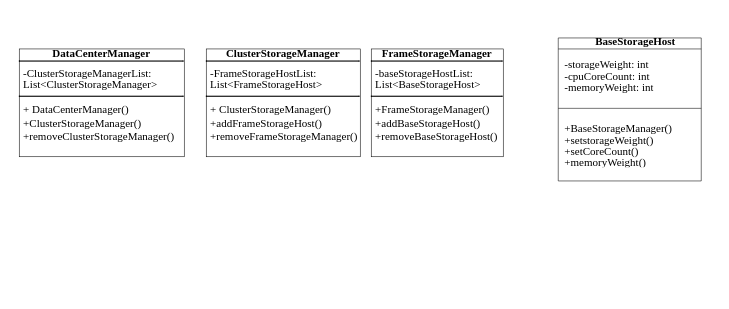
This is 类图/未命名绘图.drawio from Sirzyrun/draw.io, a draw.io file, before an edit. Source tidied: cells renumbered, new cells numbered last; positions are measured from the earlier drawing's top-left corner, leaving out a move shared by most shapes. Both pictures are drawn from the tidied source at 110%, with x=0, y=0 at pixel (19, 24).
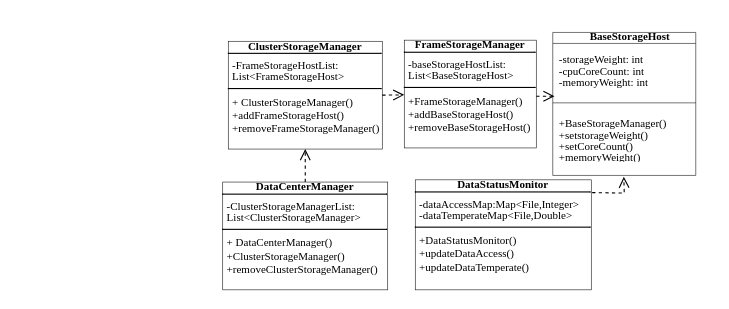
After the change.

The edit, as a diff of the source:
```diff
@@
 <mxGraphModel>
   <root>
     <mxCell id="0" />
     <mxCell id="1" parent="0" />
     <mxCell id="2" value="&lt;p style=&quot;margin: 4px 0px 0px; text-align: center; line-height: 10%;&quot;&gt;&lt;b style=&quot;font-family: &amp;quot;Times New Roman&amp;quot;; font-size: 10px; text-wrap: nowrap;&quot;&gt;FrameStorageManager&lt;/b&gt;&lt;br&gt;&lt;/p&gt;&lt;hr size=&quot;1&quot; style=&quot;border-style:solid;&quot;&gt;&lt;p style=&quot;margin: 0px 0px 0px 4px; line-height: 80%;&quot;&gt;&lt;font style=&quot;font-size: 10px;&quot; face=&quot;Times New Roman&quot;&gt;-baseStorageHostList:&lt;br&gt;&lt;/font&gt;&lt;/p&gt;&lt;p style=&quot;margin: 0px 0px 0px 4px; line-height: 80%;&quot;&gt;&lt;font style=&quot;font-size: 10px;&quot; face=&quot;Times New Roman&quot;&gt;List&amp;lt;&lt;/font&gt;&lt;span style=&quot;background-color: initial; text-wrap: nowrap; font-family: &amp;quot;Times New Roman&amp;quot;; font-size: 10px; text-align: center;&quot;&gt;BaseStorageHost&lt;/span&gt;&lt;span style=&quot;font-size: 10px; font-family: &amp;quot;Times New Roman&amp;quot;; background-color: initial;&quot;&gt;&amp;gt;&lt;/span&gt;&lt;/p&gt;&lt;hr size=&quot;1&quot; style=&quot;border-style:solid;&quot;&gt;&lt;p style=&quot;margin: 0px 0px 0px 4px; line-height: 90%;&quot;&gt;&lt;font style=&quot;font-size: 10px;&quot; face=&quot;Times New Roman&quot;&gt;+FrameStorageManager()&lt;br&gt;+add&lt;/font&gt;&lt;span style=&quot;background-color: initial; text-wrap: nowrap; font-family: &amp;quot;Times New Roman&amp;quot;; font-size: 10px; text-align: center;&quot;&gt;BaseStorageHost()&lt;/span&gt;&lt;/p&gt;&lt;p style=&quot;margin: 0px 0px 0px 4px; line-height: 90%;&quot;&gt;&lt;span style=&quot;background-color: initial; text-wrap: nowrap; font-family: &amp;quot;Times New Roman&amp;quot;; font-size: 10px; text-align: center;&quot;&gt;+removeBase&lt;/span&gt;&lt;span style=&quot;font-family: &amp;quot;Times New Roman&amp;quot;; font-size: 10px; text-align: center; text-wrap: nowrap; background-color: initial;&quot;&gt;StorageHost()&lt;/span&gt;&lt;/p&gt;&lt;p style=&quot;margin:0px;margin-left:4px;&quot;&gt;&lt;span style=&quot;background-color: initial; text-wrap: nowrap; font-family: &amp;quot;Times New Roman&amp;quot;; font-size: 10px; text-align: center;&quot;&gt;&lt;br&gt;&lt;/span&gt;&lt;/p&gt;&lt;p style=&quot;margin:0px;margin-left:4px;&quot;&gt;&lt;font style=&quot;font-size: 10px;&quot; face=&quot;Times New Roman&quot;&gt;&lt;br&gt;&lt;/font&gt;&lt;/p&gt;" style="verticalAlign=top;align=left;overflow=fill;html=1;whiteSpace=wrap;strokeWidth=0.5;" parent="1" vertex="1">
-      <mxGeometry x="320" y="22" width="120" height="98" as="geometry" />
+      <mxGeometry x="350" y="14" width="120" height="98" as="geometry" />
     </mxCell>
     <mxCell id="3" style="group;" parent="1" vertex="1">
-      <mxGeometry x="490" width="130" height="142" as="geometry" />
+      <mxGeometry x="485" y="-5" width="130" height="142" as="geometry" />
     </mxCell>
     <mxCell id="4" style="swimlane;fontStyle=1;align=center;verticalAlign=top;horizontal=1;startSize=10;whiteSpace=wrap;html=1;strokeWidth=0.5;" parent="3" vertex="1">
       <mxGeometry y="12" width="130" height="130" as="geometry" />
     </mxCell>
     <mxCell id="5" value="&lt;font face=&quot;Times New Roman&quot; style=&quot;font-size: 10px;&quot;&gt;-storageWeight: int&lt;/font&gt;&lt;div style=&quot;line-height: 80%;&quot;&gt;&lt;font style=&quot;font-size: 10px;&quot; face=&quot;Times New Roman&quot;&gt;-cpuCoreCount: int&lt;/font&gt;&lt;/div&gt;&lt;div style=&quot;line-height: 80%;&quot;&gt;&lt;font style=&quot;font-size: 10px;&quot; face=&quot;Times New Roman&quot;&gt;-memoryWeight: int&lt;/font&gt;&lt;/div&gt;&lt;div style=&quot;line-height: 80%;&quot;&gt;&lt;font style=&quot;font-size: 10px;&quot; face=&quot;Times New Roman&quot;&gt;&lt;br&gt;&lt;/font&gt;&lt;/div&gt;&lt;div style=&quot;line-height: 80%;&quot;&gt;&lt;font style=&quot;font-size: 10px;&quot; face=&quot;Times New Roman&quot;&gt;&lt;br&gt;&lt;/font&gt;&lt;/div&gt;&lt;div style=&quot;line-height: 80%;&quot;&gt;&lt;font style=&quot;font-size: 10px;&quot; face=&quot;Times New Roman&quot;&gt;&lt;br&gt;&lt;/font&gt;&lt;/div&gt;" style="text;strokeColor=none;fillColor=none;align=left;verticalAlign=top;spacingLeft=4;spacingRight=4;overflow=hidden;points=[[0,0.5],[1,0.5]];portConstraint=eastwest;whiteSpace=wrap;html=1;strokeWidth=0.5;" parent="4" vertex="1">
       <mxGeometry y="10" width="130" height="50" as="geometry" />
     </mxCell>
     <mxCell id="6" style="line;strokeWidth=0.5;fillColor=none;align=left;verticalAlign=middle;spacingTop=-1;spacingLeft=3;spacingRight=3;labelPosition=right;strokeColor=inherit;" parent="4" vertex="1">
       <mxGeometry y="60" width="130" height="8" as="geometry" />
     </mxCell>
     <mxCell id="7" value="&lt;font style=&quot;font-size: 10px;&quot; face=&quot;Times New Roman&quot;&gt;+BaseStorageManager()&lt;/font&gt;&lt;div style=&quot;line-height: 80%;&quot;&gt;&lt;font style=&quot;font-size: 10px;&quot; face=&quot;Times New Roman&quot;&gt;+set&lt;/font&gt;&lt;span style=&quot;font-family: &amp;quot;Times New Roman&amp;quot;; font-size: 10px; background-color: initial;&quot;&gt;storageWeight()&lt;/span&gt;&lt;/div&gt;&lt;div style=&quot;line-height: 80%;&quot;&gt;&lt;span style=&quot;font-family: &amp;quot;Times New Roman&amp;quot;; font-size: 10px; background-color: initial;&quot;&gt;+set&lt;/span&gt;&lt;span style=&quot;font-family: &amp;quot;Times New Roman&amp;quot;; font-size: 10px; background-color: initial;&quot;&gt;CoreCount()&lt;/span&gt;&lt;/div&gt;&lt;div style=&quot;line-height: 80%;&quot;&gt;&lt;span style=&quot;font-family: &amp;quot;Times New Roman&amp;quot;; font-size: 10px; background-color: initial;&quot;&gt;+&lt;/span&gt;&lt;span style=&quot;font-family: &amp;quot;Times New Roman&amp;quot;; font-size: 10px; background-color: initial;&quot;&gt;memoryWeight()&lt;/span&gt;&lt;/div&gt;" style="text;strokeColor=none;fillColor=none;align=left;verticalAlign=top;spacingLeft=4;spacingRight=4;overflow=hidden;points=[[0,0.5],[1,0.5]];portConstraint=eastwest;whiteSpace=wrap;html=1;strokeWidth=0.5;" parent="4" vertex="1">
       <mxGeometry y="68" width="130" height="62" as="geometry" />
     </mxCell>
     <mxCell id="8" style="edgeStyle=orthogonalEdgeStyle;rounded=0;orthogonalLoop=1;jettySize=auto;html=1;exitX=1;exitY=0.5;exitDx=0;exitDy=0;" parent="4" edge="1" source="5" target="5">
       <mxGeometry relative="1" as="geometry" />
     </mxCell>
     <mxCell id="9" value="&lt;font face=&quot;Times New Roman&quot; style=&quot;font-size: 10px;&quot;&gt;&lt;b&gt;BaseStorageHost&lt;/b&gt;&lt;/font&gt;" style="text;html=1;align=center;verticalAlign=middle;strokeColor=none;fillColor=none;" parent="3" vertex="1">
       <mxGeometry x="20" width="100" height="30" as="geometry" />
     </mxCell>
     <mxCell id="10" value="&lt;p style=&quot;margin: 4px 0px 0px; text-align: center; line-height: 10%;&quot;&gt;&lt;b style=&quot;font-family: &amp;quot;Times New Roman&amp;quot;; font-size: 10px; text-wrap: nowrap;&quot;&gt;ClusterStorageManager&lt;/b&gt;&lt;br&gt;&lt;/p&gt;&lt;hr size=&quot;1&quot; style=&quot;border-style:solid;&quot;&gt;&lt;p style=&quot;margin: 0px 0px 0px 4px; line-height: 80%;&quot;&gt;&lt;font style=&quot;font-size: 10px;&quot; face=&quot;Times New Roman&quot;&gt;-FrameStorageHostList:&lt;br&gt;&lt;/font&gt;&lt;/p&gt;&lt;p style=&quot;margin: 0px 0px 0px 4px; line-height: 80%;&quot;&gt;&lt;font style=&quot;font-size: 10px;&quot; face=&quot;Times New Roman&quot;&gt;List&amp;lt;&lt;/font&gt;&lt;span style=&quot;font-family: &amp;quot;Times New Roman&amp;quot;; font-size: 10px;&quot;&gt;Frame&lt;/span&gt;&lt;span style=&quot;background-color: initial; text-wrap: nowrap; font-family: &amp;quot;Times New Roman&amp;quot;; font-size: 10px; text-align: center;&quot;&gt;StorageHost&lt;/span&gt;&lt;span style=&quot;font-size: 10px; font-family: &amp;quot;Times New Roman&amp;quot;; background-color: initial;&quot;&gt;&amp;gt;&lt;/span&gt;&lt;/p&gt;&lt;hr size=&quot;1&quot; style=&quot;border-style:solid;&quot;&gt;&lt;p style=&quot;margin: 0px 0px 0px 4px; line-height: 90%;&quot;&gt;&lt;font style=&quot;font-size: 10px;&quot; face=&quot;Times New Roman&quot;&gt;+&lt;/font&gt;&lt;b style=&quot;text-align: center; text-wrap: nowrap; font-family: &amp;quot;Times New Roman&amp;quot;; font-size: 10px;&quot;&gt;&amp;nbsp;&lt;/b&gt;&lt;span style=&quot;text-align: center; text-wrap: nowrap; font-family: &amp;quot;Times New Roman&amp;quot;; font-size: 10px;&quot;&gt;ClusterStorageManager&lt;/span&gt;&lt;font style=&quot;font-size: 10px;&quot; face=&quot;Times New Roman&quot;&gt;()&lt;br&gt;+addFrame&lt;/font&gt;&lt;span style=&quot;background-color: initial; text-wrap: nowrap; font-family: &amp;quot;Times New Roman&amp;quot;; font-size: 10px; text-align: center;&quot;&gt;StorageHost()&lt;/span&gt;&lt;/p&gt;&lt;p style=&quot;margin: 0px 0px 0px 4px; line-height: 90%;&quot;&gt;&lt;span style=&quot;background-color: initial; text-wrap: nowrap; font-family: &amp;quot;Times New Roman&amp;quot;; font-size: 10px; text-align: center;&quot;&gt;+remove&lt;/span&gt;&lt;span style=&quot;font-family: &amp;quot;Times New Roman&amp;quot;; font-size: 10px; background-color: initial;&quot;&gt;FrameStorageManager&lt;/span&gt;&lt;span style=&quot;background-color: initial; font-family: &amp;quot;Times New Roman&amp;quot;; font-size: 10px; text-align: center; text-wrap: nowrap;&quot;&gt;()&lt;/span&gt;&lt;/p&gt;&lt;p style=&quot;margin:0px;margin-left:4px;&quot;&gt;&lt;span style=&quot;background-color: initial; text-wrap: nowrap; font-family: &amp;quot;Times New Roman&amp;quot;; font-size: 10px; text-align: center;&quot;&gt;&lt;br&gt;&lt;/span&gt;&lt;/p&gt;&lt;p style=&quot;margin:0px;margin-left:4px;&quot;&gt;&lt;font style=&quot;font-size: 10px;&quot; face=&quot;Times New Roman&quot;&gt;&lt;br&gt;&lt;/font&gt;&lt;/p&gt;" style="verticalAlign=top;align=left;overflow=fill;html=1;whiteSpace=wrap;strokeWidth=0.5;" parent="1" vertex="1">
-      <mxGeometry x="170" y="22" width="140" height="98" as="geometry" />
+      <mxGeometry x="190" y="15" width="140" height="98" as="geometry" />
     </mxCell>
     <mxCell id="11" value="&lt;p style=&quot;margin: 4px 0px 0px; text-align: center; line-height: 10%;&quot;&gt;&lt;b style=&quot;font-family: &amp;quot;Times New Roman&amp;quot;; font-size: 10px; text-wrap: nowrap;&quot;&gt;DataCenterManager&lt;/b&gt;&lt;br&gt;&lt;/p&gt;&lt;hr size=&quot;1&quot; style=&quot;border-style:solid;&quot;&gt;&lt;p style=&quot;margin: 0px 0px 0px 4px; line-height: 80%;&quot;&gt;&lt;font style=&quot;font-size: 10px;&quot; face=&quot;Times New Roman&quot;&gt;-&lt;/font&gt;&lt;span style=&quot;text-align: center; text-wrap: nowrap; font-family: &amp;quot;Times New Roman&amp;quot;; font-size: 10px;&quot;&gt;ClusterStorageManagerList&lt;/span&gt;&lt;font style=&quot;font-size: 10px;&quot; face=&quot;Times New Roman&quot;&gt;:&lt;br&gt;&lt;/font&gt;&lt;/p&gt;&lt;p style=&quot;margin: 0px 0px 0px 4px; line-height: 80%;&quot;&gt;&lt;font style=&quot;font-size: 10px;&quot; face=&quot;Times New Roman&quot;&gt;List&amp;lt;&lt;/font&gt;&lt;span style=&quot;font-family: &amp;quot;Times New Roman&amp;quot;; font-size: 10px; text-align: center; text-wrap: nowrap;&quot;&gt;ClusterStorageManager&lt;/span&gt;&lt;span style=&quot;font-size: 10px; font-family: &amp;quot;Times New Roman&amp;quot;; background-color: initial;&quot;&gt;&amp;gt;&lt;/span&gt;&lt;/p&gt;&lt;hr size=&quot;1&quot; style=&quot;border-style:solid;&quot;&gt;&lt;p style=&quot;margin: 0px 0px 0px 4px; line-height: 90%;&quot;&gt;&lt;font style=&quot;font-size: 10px;&quot; face=&quot;Times New Roman&quot;&gt;+&lt;/font&gt;&lt;b style=&quot;text-align: center; text-wrap: nowrap; font-family: &amp;quot;Times New Roman&amp;quot;; font-size: 10px;&quot;&gt;&amp;nbsp;&lt;/b&gt;&lt;span style=&quot;text-align: center; text-wrap: nowrap; font-family: &amp;quot;Times New Roman&amp;quot;; font-size: 10px;&quot;&gt;DataCenterManager&lt;/span&gt;&lt;font style=&quot;font-size: 10px;&quot; face=&quot;Times New Roman&quot;&gt;()&lt;br&gt;+&lt;/font&gt;&lt;span style=&quot;font-family: &amp;quot;Times New Roman&amp;quot;; font-size: 10px; text-align: center; text-wrap: nowrap;&quot;&gt;ClusterStorageManager&lt;/span&gt;&lt;span style=&quot;background-color: initial; text-wrap: nowrap; font-family: &amp;quot;Times New Roman&amp;quot;; font-size: 10px; text-align: center;&quot;&gt;()&lt;/span&gt;&lt;/p&gt;&lt;p style=&quot;margin: 0px 0px 0px 4px; line-height: 90%;&quot;&gt;&lt;span style=&quot;background-color: initial; text-wrap: nowrap; font-family: &amp;quot;Times New Roman&amp;quot;; font-size: 10px; text-align: center;&quot;&gt;+remove&lt;/span&gt;&lt;span style=&quot;font-family: &amp;quot;Times New Roman&amp;quot;; font-size: 10px; text-align: center; text-wrap: nowrap; background-color: initial;&quot;&gt;ClusterStorageManager&lt;/span&gt;&lt;span style=&quot;background-color: initial; font-family: &amp;quot;Times New Roman&amp;quot;; font-size: 10px; text-align: center; text-wrap: nowrap;&quot;&gt;()&lt;/span&gt;&lt;/p&gt;&lt;p style=&quot;margin:0px;margin-left:4px;&quot;&gt;&lt;span style=&quot;background-color: initial; text-wrap: nowrap; font-family: &amp;quot;Times New Roman&amp;quot;; font-size: 10px; text-align: center;&quot;&gt;&lt;br&gt;&lt;/span&gt;&lt;/p&gt;&lt;p style=&quot;margin:0px;margin-left:4px;&quot;&gt;&lt;font style=&quot;font-size: 10px;&quot; face=&quot;Times New Roman&quot;&gt;&lt;br&gt;&lt;/font&gt;&lt;/p&gt;" style="verticalAlign=top;align=left;overflow=fill;html=1;whiteSpace=wrap;strokeWidth=0.5;" parent="1" vertex="1">
-      <mxGeometry y="22" width="150" height="98" as="geometry" />
+      <mxGeometry x="185" y="143" width="150" height="98" as="geometry" />
     </mxCell>
+    <mxCell id="12" value="&lt;p style=&quot;margin: 4px 0px 0px; text-align: center; line-height: 10%;&quot;&gt;&lt;b style=&quot;font-family: &amp;quot;Times New Roman&amp;quot;; font-size: 10px; text-wrap: nowrap;&quot;&gt;DataStatusMonitor&lt;/b&gt;&lt;br&gt;&lt;/p&gt;&lt;hr size=&quot;1&quot; style=&quot;border-style:solid;&quot;&gt;&lt;p style=&quot;margin: 0px 0px 0px 4px; line-height: 80%;&quot;&gt;&lt;font style=&quot;font-size: 10px;&quot; face=&quot;Times New Roman&quot;&gt;-dataAccessMap:&lt;/font&gt;&lt;font style=&quot;background-color: initial; font-size: 10px;&quot; face=&quot;Times New Roman&quot;&gt;Map&amp;lt;&lt;/font&gt;&lt;span style=&quot;background-color: initial; text-wrap: nowrap; font-family: &amp;quot;Times New Roman&amp;quot;; font-size: 10px; text-align: center;&quot;&gt;File,Integer&lt;/span&gt;&lt;span style=&quot;background-color: initial; font-size: 10px; font-family: &amp;quot;Times New Roman&amp;quot;;&quot;&gt;&amp;gt;&lt;/span&gt;&lt;/p&gt;&lt;p style=&quot;margin: 0px 0px 0px 4px; line-height: 80%;&quot;&gt;&lt;span style=&quot;background-color: initial; font-size: 10px; font-family: &amp;quot;Times New Roman&amp;quot;;&quot;&gt;-dataTemperateMap&amp;lt;File,Double&amp;gt;&lt;/span&gt;&lt;/p&gt;&lt;hr size=&quot;1&quot; style=&quot;border-style:solid;&quot;&gt;&lt;p style=&quot;margin: 0px 0px 0px 4px; line-height: 90%;&quot;&gt;&lt;font style=&quot;font-size: 10px;&quot; face=&quot;Times New Roman&quot;&gt;+&lt;/font&gt;&lt;span style=&quot;text-align: center; text-wrap: nowrap; font-family: &amp;quot;Times New Roman&amp;quot;; font-size: 10px;&quot;&gt;DataStatusMonitor&lt;/span&gt;&lt;font style=&quot;font-size: 10px;&quot; face=&quot;Times New Roman&quot;&gt;()&lt;/font&gt;&lt;/p&gt;&lt;p style=&quot;margin: 0px 0px 0px 4px; line-height: 90%;&quot;&gt;&lt;font style=&quot;font-size: 10px;&quot; face=&quot;Times New Roman&quot;&gt;+updateD&lt;/font&gt;&lt;span style=&quot;font-family: &amp;quot;Times New Roman&amp;quot;; font-size: 10px;&quot;&gt;ataAccess()&lt;/span&gt;&lt;/p&gt;&lt;p style=&quot;margin: 0px 0px 0px 4px; line-height: 90%;&quot;&gt;&lt;font style=&quot;font-size: 10px;&quot; face=&quot;Times New Roman&quot;&gt;+updateData&lt;/font&gt;&lt;span style=&quot;font-family: &amp;quot;Times New Roman&amp;quot;; font-size: 10px;&quot;&gt;Temperate()&lt;/span&gt;&lt;font style=&quot;font-size: 10px;&quot; face=&quot;Times New Roman&quot;&gt;&lt;br&gt;&lt;br&gt;&lt;/font&gt;&lt;/p&gt;&lt;p style=&quot;margin:0px;margin-left:4px;&quot;&gt;&lt;span style=&quot;background-color: initial; text-wrap: nowrap; font-family: &amp;quot;Times New Roman&amp;quot;; font-size: 10px; text-align: center;&quot;&gt;&lt;br&gt;&lt;/span&gt;&lt;/p&gt;&lt;p style=&quot;margin:0px;margin-left:4px;&quot;&gt;&lt;font style=&quot;font-size: 10px;&quot; face=&quot;Times New Roman&quot;&gt;&lt;br&gt;&lt;/font&gt;&lt;/p&gt;" style="verticalAlign=top;align=left;overflow=fill;html=1;whiteSpace=wrap;strokeWidth=0.5;" parent="1" vertex="1">
+      <mxGeometry x="360" y="141" width="160" height="100" as="geometry" />
+    </mxCell>
+    <mxCell id="13" style="html=1;verticalAlign=bottom;endArrow=open;dashed=1;endSize=8;curved=0;rounded=0;exitX=1;exitY=0.5;exitDx=0;exitDy=0;entryX=0.012;entryY=0.961;entryDx=0;entryDy=0;entryPerimeter=0;" parent="1" edge="1" target="5">
+      <mxGeometry relative="1" as="geometry">
+        <mxPoint x="470" y="65" as="sourcePoint" />
+      </mxGeometry>
+    </mxCell>
+    <mxCell id="14" style="html=1;verticalAlign=bottom;endArrow=open;dashed=1;endSize=8;curved=0;rounded=0;exitX=1;exitY=0.5;exitDx=0;exitDy=0;" parent="1" edge="1" source="10" target="2">
+      <mxGeometry relative="1" as="geometry" />
+    </mxCell>
+    <mxCell id="15" style="html=1;verticalAlign=bottom;endArrow=open;dashed=1;endSize=8;curved=0;rounded=0;exitX=0.5;exitY=0;exitDx=0;exitDy=0;entryX=0.5;entryY=1;entryDx=0;entryDy=0;" parent="1" edge="1" source="11" target="10">
+      <mxGeometry relative="1" as="geometry" />
+    </mxCell>
+    <mxCell id="16" style="html=1;verticalAlign=bottom;endArrow=open;dashed=1;endSize=8;curved=0;rounded=0;exitX=1.005;exitY=0.116;exitDx=0;exitDy=0;entryX=0.497;entryY=1.019;entryDx=0;entryDy=0;entryPerimeter=0;exitPerimeter=0;" parent="1" edge="1" source="12" target="7">
+      <mxGeometry relative="1" as="geometry">
+        <Array as="points">
+          <mxPoint x="550" y="153" />
+        </Array>
+      </mxGeometry>
+    </mxCell>
   </root>
 </mxGraphModel>
```
